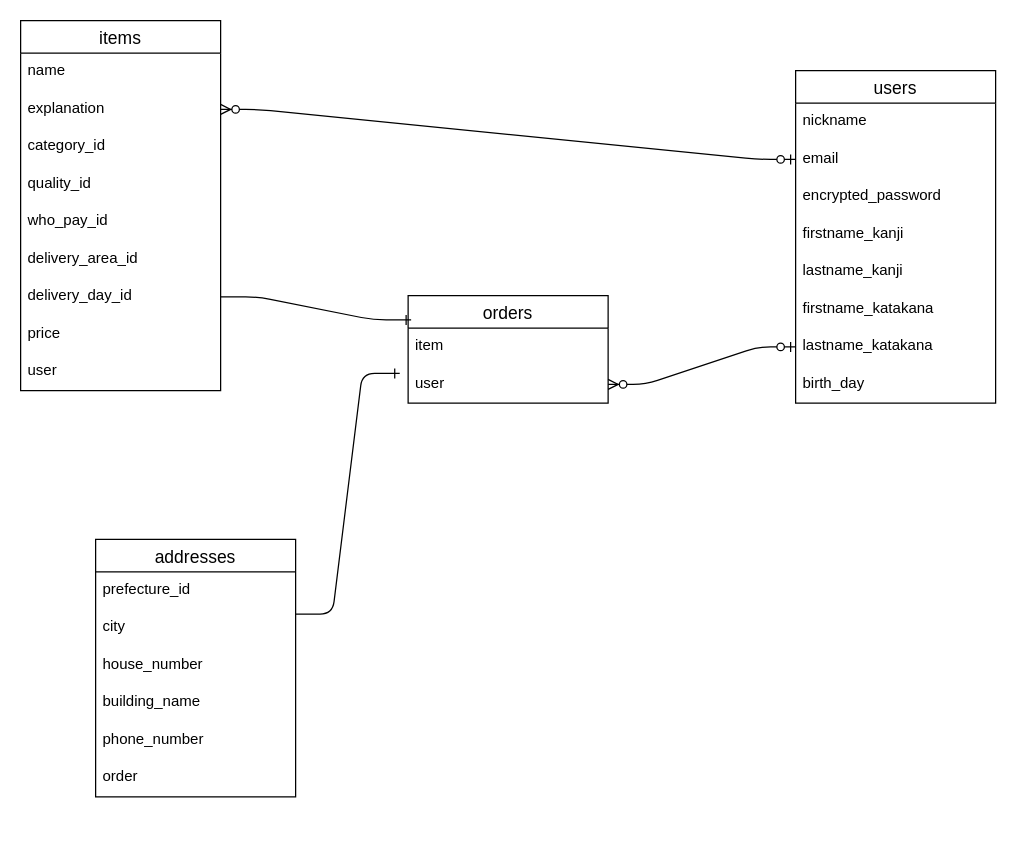
Earlier version of the draw.io diagram erfigure.dio (yasuda23/furima-40587). Source tidied: cells renumbered, new cells numbered last; positions are measured from the earlier drawing's top-left corner, leaving out a move shared by most shapes. Both pictures are drawn from the tidied source at 125%, with x=0, y=0 at pixel (20, 20).
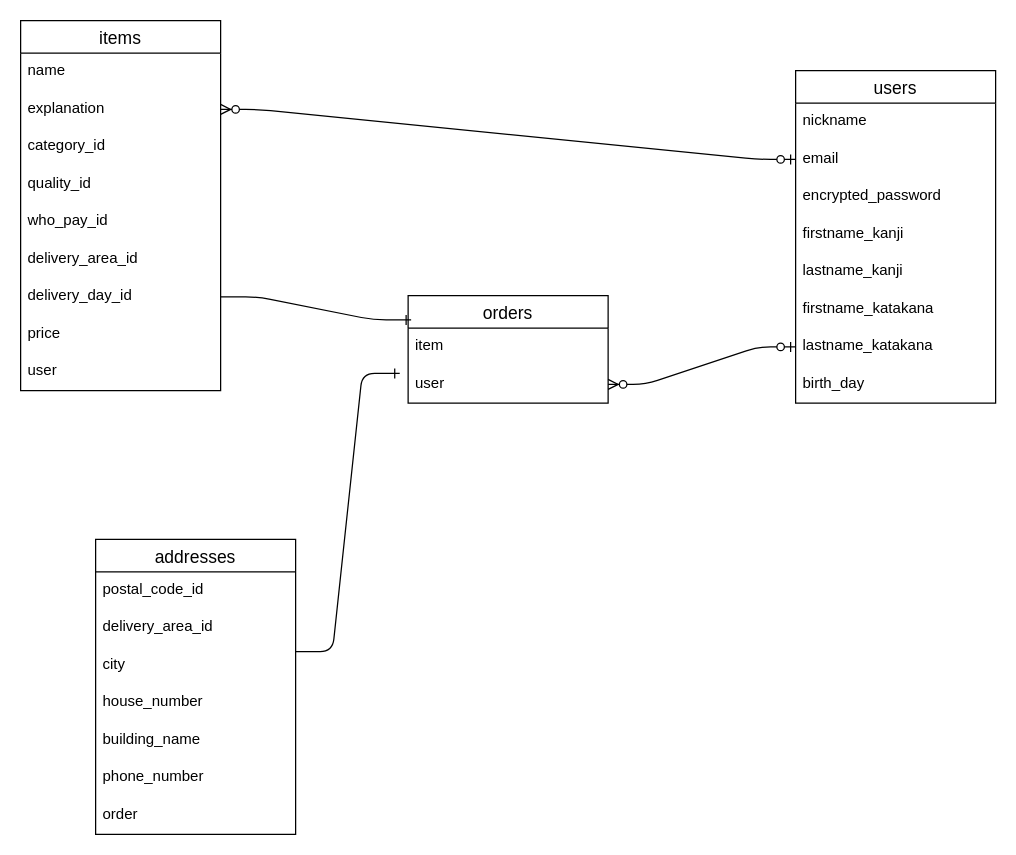
The same diagram, later.

Commit message (it also covers changes not shown here):
データベース設計　指摘事項の修正４

The edit, as a diff of the source:
```diff
@@
     <mxCell id="22" value="addresses" style="swimlane;fontStyle=0;horizontal=1;startSize=26;align=center;fontSize=14;" parent="1" vertex="1">
-      <mxGeometry x="60" y="415" width="160" height="206" as="geometry" />
+      <mxGeometry x="60" y="415" width="160" height="236" as="geometry" />
     </mxCell>
+    <mxCell id="36" value="postal_code_id" style="text;strokeColor=none;fillColor=none;spacingLeft=4;spacingRight=4;overflow=hidden;fontSize=12;" parent="22" vertex="1">
+      <mxGeometry y="26" width="160" height="30" as="geometry" />
+    </mxCell>
-    <mxCell id="23" value="prefecture_id" style="text;strokeColor=none;fillColor=none;spacingLeft=4;spacingRight=4;overflow=hidden;fontSize=12;" parent="22" vertex="1">
-      <mxGeometry y="26" width="160" height="30" as="geometry" />
+    <mxCell id="23" value="delivery_area_id" style="text;strokeColor=none;fillColor=none;spacingLeft=4;spacingRight=4;overflow=hidden;fontSize=12;" parent="22" vertex="1">
+      <mxGeometry y="56" width="160" height="30" as="geometry" />
     </mxCell>
     <mxCell id="24" value="city" style="text;strokeColor=none;fillColor=none;spacingLeft=4;spacingRight=4;overflow=hidden;points=[[0,0.5],[1,0.5]];portConstraint=eastwest;fontSize=12;" parent="22" vertex="1">
-      <mxGeometry y="56" width="160" height="30" as="geometry" />
+      <mxGeometry y="86" width="160" height="30" as="geometry" />
     </mxCell>
     <mxCell id="25" value="house_number" style="text;strokeColor=none;fillColor=none;spacingLeft=4;spacingRight=4;overflow=hidden;fontSize=12;" parent="22" vertex="1">
-      <mxGeometry y="86" width="160" height="30" as="geometry" />
+      <mxGeometry y="116" width="160" height="30" as="geometry" />
     </mxCell>
     <mxCell id="26" value="building_name" style="text;strokeColor=none;fillColor=none;spacingLeft=4;spacingRight=4;overflow=hidden;fontSize=12;" parent="22" vertex="1">
-      <mxGeometry y="116" width="160" height="30" as="geometry" />
+      <mxGeometry y="146" width="160" height="30" as="geometry" />
     </mxCell>
     <mxCell id="27" value="phone_number" style="text;strokeColor=none;fillColor=none;spacingLeft=4;spacingRight=4;overflow=hidden;fontSize=12;" parent="22" vertex="1">
-      <mxGeometry y="146" width="160" height="30" as="geometry" />
+      <mxGeometry y="176" width="160" height="30" as="geometry" />
     </mxCell>
     <mxCell id="28" value="order" style="text;strokeColor=none;fillColor=none;spacingLeft=4;spacingRight=4;overflow=hidden;fontSize=12;" parent="22" vertex="1">
-      <mxGeometry y="176" width="160" height="30" as="geometry" />
+      <mxGeometry y="206" width="160" height="30" as="geometry" />
     </mxCell>
```
